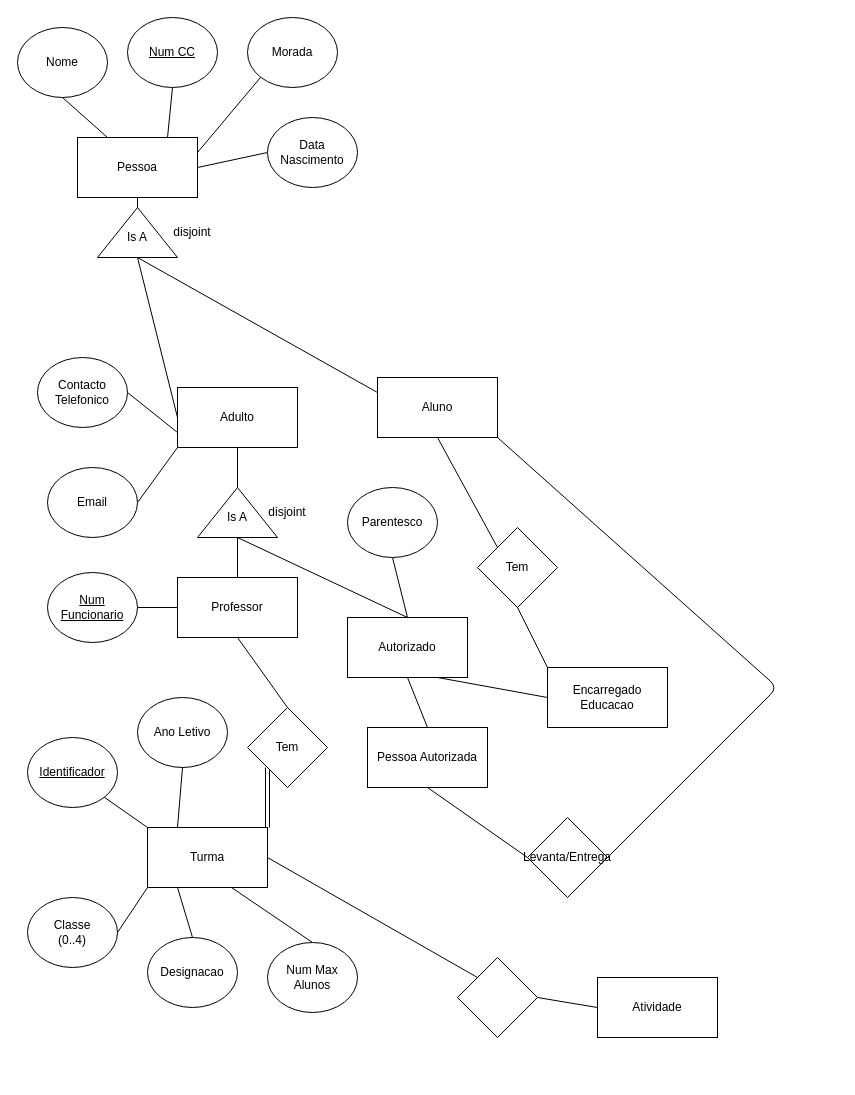
ahridesu/guioes-BD keeps this draw.io diagram as G01/ex4.drawio. Above is the earlier version. Source tidied: cells renumbered, new cells numbered last; positions are measured from the earlier drawing's top-left corner, leaving out a move shared by most shapes. Both pictures are drawn from the tidied source at 100%, with x=0, y=0 at pixel (17, 17).
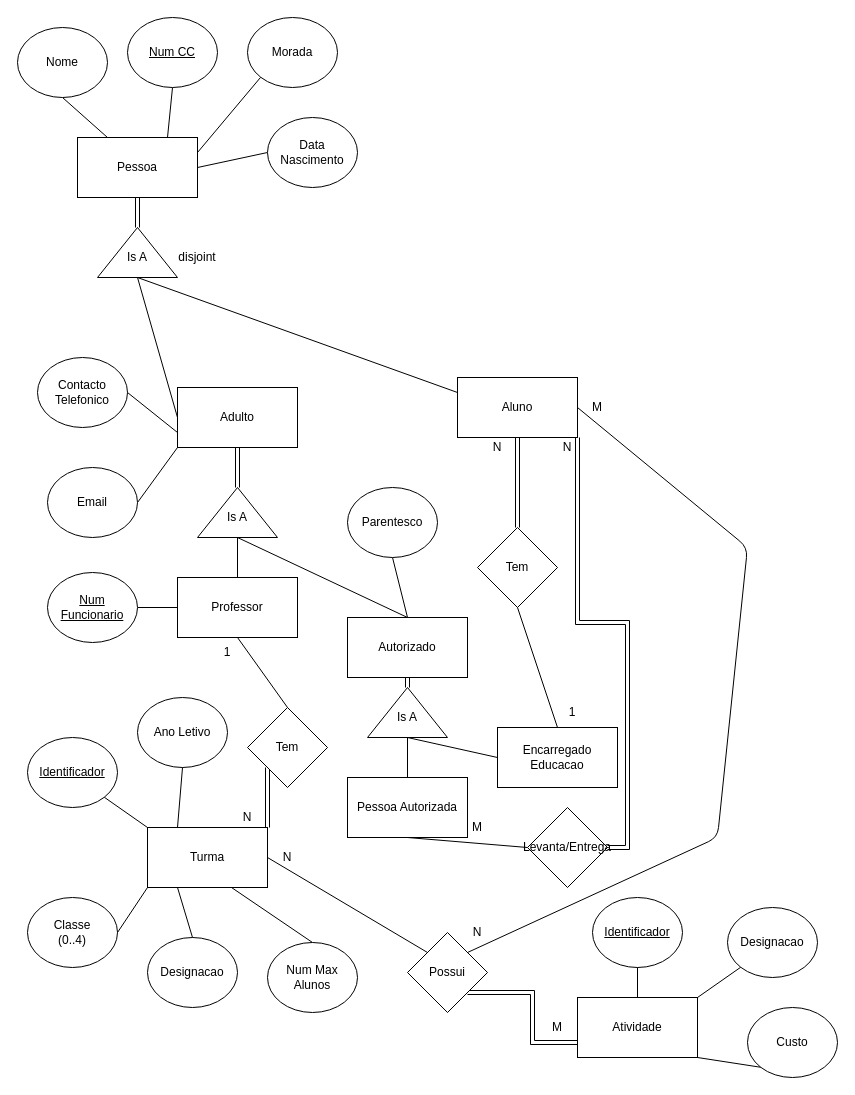
After the change.

Unchanged cells that the change refers to:
```xml
<mxCell id="15" value="Pessoa" style="rounded=0;whiteSpace=wrap;html=1;" parent="1" vertex="1">
  <mxGeometry x="60" y="120" width="120" height="60" as="geometry" />
</mxCell>
<mxCell id="29" value="Tem" style="rhombus;whiteSpace=wrap;html=1;" parent="1" vertex="1">
  <mxGeometry x="460" y="510" width="80" height="80" as="geometry" />
</mxCell>
<mxCell id="31" value="Adulto" style="rounded=0;whiteSpace=wrap;html=1;" parent="1" vertex="1">
  <mxGeometry x="160" y="370" width="120" height="60" as="geometry" />
</mxCell>
<mxCell id="32" style="verticalLabelPosition=bottom;verticalAlign=top;html=1;shape=mxgraph.basic.acute_triangle;dx=0.5;" parent="1" vertex="1">
  <mxGeometry x="180" y="470" width="80" height="50" as="geometry" />
</mxCell>
<mxCell id="48" value="Autorizado" style="rounded=0;whiteSpace=wrap;html=1;" parent="1" vertex="1">
  <mxGeometry x="330" y="600" width="120" height="60" as="geometry" />
</mxCell>
```

Diff of the diagram source:
```diff
@@
+    <mxCell id="63" style="edgeStyle=orthogonalEdgeStyle;shape=link;rounded=0;jettySize=auto;html=1;exitX=0.5;exitY=1;exitDx=0;exitDy=0;entryX=0;entryY=0;entryDx=40;entryDy=0;entryPerimeter=0;" parent="1" edge="1" source="15" target="45">
+      <mxGeometry relative="1" as="geometry" />
+    </mxCell>
@@
-    <mxCell id="21" style="endArrow=none;html=1;entryX=0.5;entryY=1;entryDx=0;entryDy=0;exitX=0;exitY=0;exitDx=40;exitDy=0;exitPerimeter=0;" parent="1" edge="1" source="45" target="15">
-      <mxGeometry relative="1" as="geometry" />
-    </mxCell>
@@
-    <mxCell id="30" style="endArrow=none;html=1;exitX=0;exitY=0;exitDx=0;exitDy=0;entryX=0.5;entryY=1;entryDx=0;entryDy=0;" parent="1" edge="1" source="29" target="44">
-      <mxGeometry relative="1" as="geometry" />
-    </mxCell>
+    <mxCell id="35" style="edgeStyle=orthogonalEdgeStyle;shape=link;rounded=0;jettySize=auto;html=1;exitX=0.5;exitY=1;exitDx=0;exitDy=0;entryX=0;entryY=0;entryDx=40;entryDy=0;entryPerimeter=0;" parent="1" edge="1" source="31" target="32">
+      <mxGeometry relative="1" as="geometry" />
+    </mxCell>
@@
-    <mxCell id="35" style="endArrow=none;html=1;entryX=0;entryY=0;entryDx=40;entryDy=0;entryPerimeter=0;exitX=0.5;exitY=1;exitDx=0;exitDy=0;" parent="1" edge="1" source="31" target="32">
-      <mxGeometry relative="1" as="geometry" />
-    </mxCell>
@@
-    <mxCell id="37" value="disjoint" style="text;html=1;strokeColor=none;fillColor=none;align=center;verticalAlign=middle;whiteSpace=wrap;rounded=0;" parent="1" vertex="1">
-      <mxGeometry x="250" y="485" width="40" height="20" as="geometry" />
-    </mxCell>
@@
     <mxCell id="43" value="disjoint" style="text;html=1;strokeColor=none;fillColor=none;align=center;verticalAlign=middle;whiteSpace=wrap;rounded=0;" parent="1" vertex="1">
-      <mxGeometry x="155" y="205" width="40" height="20" as="geometry" />
+      <mxGeometry x="160" y="230" width="40" height="20" as="geometry" />
     </mxCell>
+    <mxCell id="64" style="edgeStyle=orthogonalEdgeStyle;shape=link;rounded=0;jettySize=auto;html=1;exitX=0.5;exitY=1;exitDx=0;exitDy=0;entryX=0.5;entryY=0;entryDx=0;entryDy=0;" parent="1" edge="1" source="44" target="29">
+      <mxGeometry relative="1" as="geometry" />
+    </mxCell>
+    <mxCell id="56" style="edgeStyle=orthogonalEdgeStyle;shape=link;rounded=0;jettySize=auto;html=1;exitX=1;exitY=1;exitDx=0;exitDy=0;entryX=1;entryY=0.5;entryDx=0;entryDy=0;" parent="1" edge="1" source="44" target="57">
+      <mxGeometry relative="1" as="geometry" />
+    </mxCell>
     <mxCell id="44" value="&lt;div&gt;Aluno&lt;/div&gt;" style="rounded=0;whiteSpace=wrap;html=1;" parent="1" vertex="1">
-      <mxGeometry x="360" y="360" width="120" height="60" as="geometry" />
+      <mxGeometry x="440" y="360" width="120" height="60" as="geometry" />
     </mxCell>
     <mxCell id="45" style="verticalLabelPosition=bottom;verticalAlign=top;html=1;shape=mxgraph.basic.acute_triangle;dx=0.5;" parent="1" vertex="1">
-      <mxGeometry x="80" y="190" width="80" height="50" as="geometry" />
+      <mxGeometry x="80" y="210" width="80" height="50" as="geometry" />
     </mxCell>
     <mxCell id="46" value="Is A" style="text;html=1;strokeColor=none;fillColor=none;align=center;verticalAlign=middle;whiteSpace=wrap;rounded=0;" parent="1" vertex="1">
-      <mxGeometry x="100" y="210" width="40" height="20" as="geometry" />
+      <mxGeometry x="100" y="230" width="40" height="20" as="geometry" />
     </mxCell>
@@
+    <mxCell id="65" style="edgeStyle=orthogonalEdgeStyle;shape=link;rounded=0;jettySize=auto;html=1;exitX=0.5;exitY=1;exitDx=0;exitDy=0;entryX=0;entryY=0;entryDx=40;entryDy=0;entryPerimeter=0;" parent="1" edge="1" source="48" target="79">
+      <mxGeometry relative="1" as="geometry" />
+    </mxCell>
@@
     <mxCell id="49" value="Pessoa Autorizada" style="rounded=0;whiteSpace=wrap;html=1;" parent="1" vertex="1">
-      <mxGeometry x="350" y="710" width="120" height="60" as="geometry" />
+      <mxGeometry x="330" y="760" width="120" height="60" as="geometry" />
     </mxCell>
     <mxCell id="50" value="Encarregado Educacao" style="rounded=0;whiteSpace=wrap;html=1;" parent="1" vertex="1">
-      <mxGeometry x="530" y="650" width="120" height="60" as="geometry" />
+      <mxGeometry x="480" y="710" width="120" height="60" as="geometry" />
     </mxCell>
-    <mxCell id="51" style="endArrow=none;html=1;entryX=0.5;entryY=1;entryDx=0;entryDy=0;exitX=0.5;exitY=0;exitDx=0;exitDy=0;" parent="1" edge="1" source="49" target="48">
+    <mxCell id="51" style="endArrow=none;html=1;exitX=0.5;exitY=0;exitDx=0;exitDy=0;entryX=0.5;entryY=1;entryDx=0;entryDy=0;entryPerimeter=0;" parent="1" edge="1" source="49" target="79">
       <mxGeometry relative="1" as="geometry" />
     </mxCell>
-    <mxCell id="52" style="endArrow=none;html=1;exitX=0.75;exitY=1;exitDx=0;exitDy=0;entryX=0;entryY=0.5;entryDx=0;entryDy=0;" parent="1" edge="1" source="48" target="50">
+    <mxCell id="52" style="endArrow=none;html=1;entryX=0;entryY=0.5;entryDx=0;entryDy=0;exitX=0.5;exitY=1;exitDx=0;exitDy=0;exitPerimeter=0;" parent="1" edge="1" source="79" target="50">
       <mxGeometry relative="1" as="geometry" />
     </mxCell>
-    <mxCell id="53" style="endArrow=none;html=1;exitX=0.5;exitY=1;exitDx=0;exitDy=0;entryX=0;entryY=0;entryDx=0;entryDy=0;" parent="1" edge="1" source="29" target="50">
+    <mxCell id="53" style="endArrow=none;html=1;exitX=0.5;exitY=1;exitDx=0;exitDy=0;entryX=0.5;entryY=0;entryDx=0;entryDy=0;" parent="1" edge="1" source="29" target="50">
       <mxGeometry relative="1" as="geometry" />
     </mxCell>
@@
-    <mxCell id="56" style="endArrow=none;html=1;exitX=1;exitY=1;exitDx=0;exitDy=0;entryX=1;entryY=0.5;entryDx=0;entryDy=0;" parent="1" edge="1" source="44" target="57">
-      <mxGeometry relative="1" as="geometry">
-        <Array as="points">
-          <mxPoint x="760" y="670" />
-        </Array>
-      </mxGeometry>
-    </mxCell>
     <mxCell id="57" value="Levanta/Entrega" style="rhombus;whiteSpace=wrap;html=1;" parent="1" vertex="1">
-      <mxGeometry x="510" y="800" width="80" height="80" as="geometry" />
+      <mxGeometry x="510" y="790" width="80" height="80" as="geometry" />
     </mxCell>
@@
     <mxCell id="59" value="Atividade" style="rounded=0;whiteSpace=wrap;html=1;" parent="1" vertex="1">
-      <mxGeometry x="580" y="960" width="120" height="60" as="geometry" />
+      <mxGeometry x="560" y="980" width="120" height="60" as="geometry" />
     </mxCell>
+    <mxCell id="62" style="edgeStyle=orthogonalEdgeStyle;shape=link;rounded=0;jettySize=auto;html=1;exitX=1;exitY=1;exitDx=0;exitDy=0;entryX=0;entryY=0.75;entryDx=0;entryDy=0;" parent="1" edge="1" source="60" target="59">
+      <mxGeometry relative="1" as="geometry" />
+    </mxCell>
-    <mxCell id="60" style="rhombus;whiteSpace=wrap;html=1;" parent="1" vertex="1">
-      <mxGeometry x="440" y="940" width="80" height="80" as="geometry" />
+    <mxCell id="60" value="Possui" style="rhombus;whiteSpace=wrap;html=1;" parent="1" vertex="1">
+      <mxGeometry x="390" y="915" width="80" height="80" as="geometry" />
     </mxCell>
@@
-    <mxCell id="62" style="endArrow=none;html=1;exitX=1;exitY=0.5;exitDx=0;exitDy=0;entryX=0;entryY=0.5;entryDx=0;entryDy=0;" parent="1" edge="1" source="60" target="59">
-      <mxGeometry relative="1" as="geometry" />
-    </mxCell>
+    <mxCell id="66" value="&lt;u&gt;Identificador&lt;/u&gt;" style="ellipse;whiteSpace=wrap;html=1;" parent="1" vertex="1">
+      <mxGeometry x="575" y="880" width="90" height="70" as="geometry" />
+    </mxCell>
+    <mxCell id="67" value="Designacao" style="ellipse;whiteSpace=wrap;html=1;" parent="1" vertex="1">
+      <mxGeometry x="710" y="890" width="90" height="70" as="geometry" />
+    </mxCell>
+    <mxCell id="68" value="Custo" style="ellipse;whiteSpace=wrap;html=1;" parent="1" vertex="1">
+      <mxGeometry x="730" y="990" width="90" height="70" as="geometry" />
+    </mxCell>
+    <mxCell id="69" style="endArrow=none;html=1;entryX=0.5;entryY=1;entryDx=0;entryDy=0;exitX=0.5;exitY=0;exitDx=0;exitDy=0;" parent="1" edge="1" source="59" target="66">
+      <mxGeometry relative="1" as="geometry" />
+    </mxCell>
+    <mxCell id="70" style="endArrow=none;html=1;exitX=1;exitY=0;exitDx=0;exitDy=0;entryX=0;entryY=1;entryDx=0;entryDy=0;" parent="1" edge="1" source="59" target="67">
+      <mxGeometry relative="1" as="geometry" />
+    </mxCell>
+    <mxCell id="71" style="endArrow=none;html=1;entryX=0;entryY=1;entryDx=0;entryDy=0;exitX=1;exitY=1;exitDx=0;exitDy=0;" parent="1" edge="1" source="59" target="68">
+      <mxGeometry relative="1" as="geometry" />
+    </mxCell>
+    <mxCell id="72" style="endArrow=none;html=1;exitX=1;exitY=0;exitDx=0;exitDy=0;entryX=1;entryY=0.5;entryDx=0;entryDy=0;" parent="1" edge="1" source="60" target="44">
+      <mxGeometry relative="1" as="geometry">
+        <Array as="points">
+          <mxPoint x="700" y="820" />
+          <mxPoint x="730" y="530" />
+        </Array>
+      </mxGeometry>
+    </mxCell>
+    <mxCell id="73" value="1" style="text;html=1;strokeColor=none;fillColor=none;align=center;verticalAlign=middle;whiteSpace=wrap;rounded=0;" parent="1" vertex="1">
+      <mxGeometry x="190" y="625" width="40" height="20" as="geometry" />
+    </mxCell>
+    <mxCell id="74" value="N" style="text;html=1;strokeColor=none;fillColor=none;align=center;verticalAlign=middle;whiteSpace=wrap;rounded=0;" parent="1" vertex="1">
+      <mxGeometry x="210" y="790" width="40" height="20" as="geometry" />
+    </mxCell>
+    <mxCell id="75" value="N" style="text;html=1;strokeColor=none;fillColor=none;align=center;verticalAlign=middle;whiteSpace=wrap;rounded=0;" parent="1" vertex="1">
+      <mxGeometry x="250" y="830" width="40" height="20" as="geometry" />
+    </mxCell>
+    <mxCell id="76" value="M" style="text;html=1;strokeColor=none;fillColor=none;align=center;verticalAlign=middle;whiteSpace=wrap;rounded=0;" parent="1" vertex="1">
+      <mxGeometry x="520" y="1000" width="40" height="20" as="geometry" />
+    </mxCell>
+    <mxCell id="77" value="1" style="text;html=1;strokeColor=none;fillColor=none;align=center;verticalAlign=middle;whiteSpace=wrap;rounded=0;" parent="1" vertex="1">
+      <mxGeometry x="535" y="685" width="40" height="20" as="geometry" />
+    </mxCell>
+    <mxCell id="78" value="N" style="text;html=1;strokeColor=none;fillColor=none;align=center;verticalAlign=middle;whiteSpace=wrap;rounded=0;" parent="1" vertex="1">
+      <mxGeometry x="460" y="420" width="40" height="20" as="geometry" />
+    </mxCell>
+    <mxCell id="79" style="verticalLabelPosition=bottom;verticalAlign=top;html=1;shape=mxgraph.basic.acute_triangle;dx=0.5;" parent="1" vertex="1">
+      <mxGeometry x="350" y="670" width="80" height="50" as="geometry" />
+    </mxCell>
+    <mxCell id="80" value="Is A" style="text;html=1;strokeColor=none;fillColor=none;align=center;verticalAlign=middle;whiteSpace=wrap;rounded=0;" parent="1" vertex="1">
+      <mxGeometry x="370" y="690" width="40" height="20" as="geometry" />
+    </mxCell>
+    <mxCell id="81" value="N" style="text;html=1;strokeColor=none;fillColor=none;align=center;verticalAlign=middle;whiteSpace=wrap;rounded=0;" parent="1" vertex="1">
+      <mxGeometry x="530" y="420" width="40" height="20" as="geometry" />
+    </mxCell>
+    <mxCell id="82" value="M" style="text;html=1;strokeColor=none;fillColor=none;align=center;verticalAlign=middle;whiteSpace=wrap;rounded=0;" parent="1" vertex="1">
+      <mxGeometry x="440" y="800" width="40" height="20" as="geometry" />
+    </mxCell>
+    <mxCell id="83" value="N" style="text;html=1;strokeColor=none;fillColor=none;align=center;verticalAlign=middle;whiteSpace=wrap;rounded=0;" parent="1" vertex="1">
+      <mxGeometry x="440" y="905" width="40" height="20" as="geometry" />
+    </mxCell>
+    <mxCell id="84" value="M" style="text;html=1;strokeColor=none;fillColor=none;align=center;verticalAlign=middle;whiteSpace=wrap;rounded=0;" parent="1" vertex="1">
+      <mxGeometry x="560" y="380" width="40" height="20" as="geometry" />
+    </mxCell>
```
